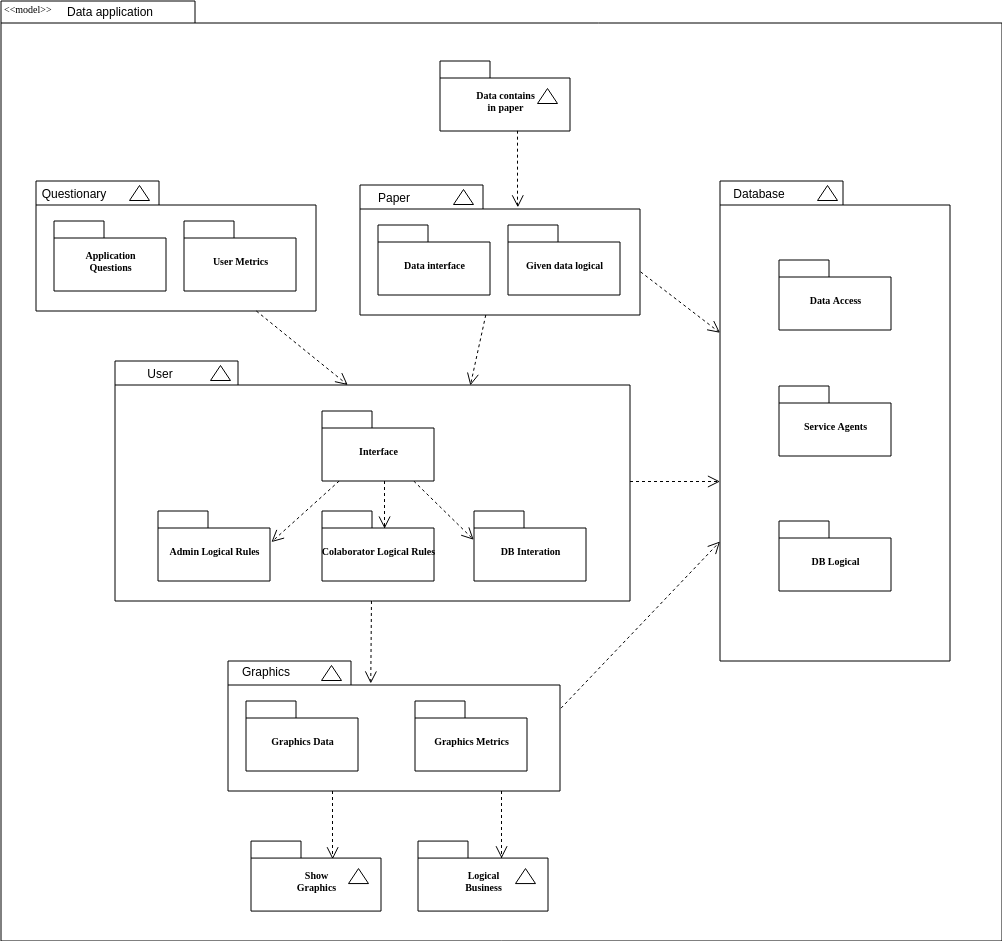
Earlier version of the draw.io export mkdocs/docs/traditionalModeling/staticDiagrams/images/package_diagram.png (UnBArqDsw/2020.1_G2_ProjetoX). Source tidied: cells renumbered, new cells last; positions are measured from the earlier drawing's top-left corner, leaving out a move shared by most shapes.
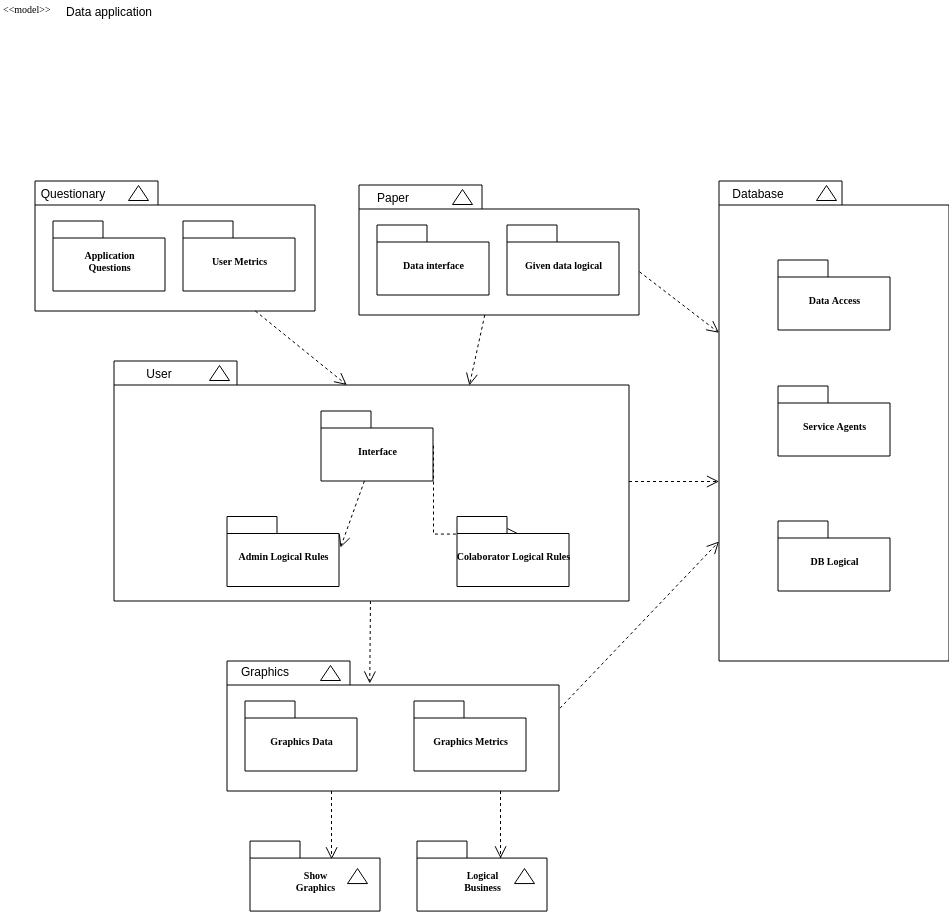
After the commit.

Commit message:
:repear: Add version diagram

Change to the diagram source:
```diff
@@ -2,18 +2,6 @@
   <root>
     <mxCell id="0" />
     <mxCell id="1" parent="0" />
-    <mxCell id="2" style="shape=folder;fontStyle=1;spacingTop=10;tabWidth=194;tabHeight=22;tabPosition=left;html=1;rounded=0;shadow=0;comic=0;labelBackgroundColor=none;strokeWidth=1;fillColor=none;fontFamily=Verdana;fontSize=10;align=center;" parent="1" vertex="1">
-      <mxGeometry x="0.5" y="0.5" width="1001" height="940" as="geometry" />
-    </mxCell>
-    <mxCell id="3" style="group;" parent="1" vertex="1">
-      <mxGeometry x="439.5" y="60.5" width="130" height="70" as="geometry" />
-    </mxCell>
-    <mxCell id="4" value="Data contains&lt;br&gt;in paper" style="shape=folder;fontStyle=1;spacingTop=10;tabWidth=50;tabHeight=17;tabPosition=left;html=1;rounded=0;shadow=0;comic=0;labelBackgroundColor=none;strokeWidth=1;fontFamily=Verdana;fontSize=10;align=center;" parent="3" vertex="1">
-      <mxGeometry width="130" height="70" as="geometry" />
-    </mxCell>
-    <mxCell id="5" style="triangle;whiteSpace=wrap;html=1;rounded=0;shadow=0;comic=0;labelBackgroundColor=none;strokeWidth=1;fontFamily=Verdana;fontSize=10;align=center;rotation=-90;" parent="3" vertex="1">
-      <mxGeometry x="100" y="25" width="15" height="20" as="geometry" />
-    </mxCell>
     <mxCell id="6" style="group;" parent="1" vertex="1">
       <mxGeometry x="35.5" y="180.5" width="280" height="130" as="geometry" />
     </mxCell>
@@ -84,11 +72,12 @@
       <mxGeometry x="114.5" y="360.5" width="515" height="240" as="geometry" />
     </mxCell>
     <mxCell id="29" style="edgeStyle=elbowEdgeStyle;rounded=0;html=1;entryX=0.559;entryY=0.251;entryPerimeter=0;dashed=1;labelBackgroundColor=none;startFill=0;endArrow=open;endFill=0;endSize=10;fontFamily=Verdana;fontSize=10;" parent="1" edge="1" source="32" target="34">
-      <mxGeometry relative="1" as="geometry" />
+      <mxGeometry relative="1" as="geometry">
+        <Array as="points">
+          <mxPoint x="434" y="506" />
+        </Array>
+      </mxGeometry>
     </mxCell>
-    <mxCell id="30" style="edgeStyle=none;rounded=0;html=1;dashed=1;labelBackgroundColor=none;startFill=0;endArrow=open;endFill=0;endSize=10;fontFamily=Verdana;fontSize=10;entryX=-0.003;entryY=0.411;entryPerimeter=0;" parent="1" edge="1" source="32" target="35">
-      <mxGeometry relative="1" as="geometry" />
-    </mxCell>
     <mxCell id="31" style="edgeStyle=none;rounded=0;html=1;dashed=1;labelBackgroundColor=none;startFill=0;endArrow=open;endFill=0;endSize=10;fontFamily=Verdana;fontSize=10;entryX=1.013;entryY=0.444;entryPerimeter=0;" parent="1" edge="1" source="32" target="33">
       <mxGeometry relative="1" as="geometry" />
     </mxCell>
@@ -96,14 +85,11 @@
       <mxGeometry x="321.5" y="410.5" width="112" height="70" as="geometry" />
     </mxCell>
     <mxCell id="33" value="Admin Logical Rules" style="shape=folder;fontStyle=1;spacingTop=10;tabWidth=50;tabHeight=17;tabPosition=left;html=1;rounded=0;shadow=0;comic=0;labelBackgroundColor=none;strokeColor=#000000;strokeWidth=1;fillColor=#ffffff;fontFamily=Verdana;fontSize=10;fontColor=#000000;align=center;" parent="1" vertex="1">
-      <mxGeometry x="157.5" y="510.5" width="112" height="70" as="geometry" />
+      <mxGeometry x="227.5" y="516" width="112" height="70" as="geometry" />
     </mxCell>
     <mxCell id="34" value="Colaborator Logical Rules" style="shape=folder;fontStyle=1;spacingTop=10;tabWidth=50;tabHeight=17;tabPosition=left;html=1;rounded=0;shadow=0;comic=0;labelBackgroundColor=none;strokeColor=#000000;strokeWidth=1;fillColor=#ffffff;fontFamily=Verdana;fontSize=10;fontColor=#000000;align=center;" parent="1" vertex="1">
-      <mxGeometry x="321.5" y="510.5" width="112" height="70" as="geometry" />
+      <mxGeometry x="457.5" y="516" width="112" height="70" as="geometry" />
     </mxCell>
-    <mxCell id="35" value="DB Interation" style="shape=folder;fontStyle=1;spacingTop=10;tabWidth=50;tabHeight=17;tabPosition=left;html=1;rounded=0;shadow=0;comic=0;labelBackgroundColor=none;strokeColor=#000000;strokeWidth=1;fillColor=#ffffff;fontFamily=Verdana;fontSize=10;fontColor=#000000;align=center;" parent="1" vertex="1">
-      <mxGeometry x="473.5" y="510.5" width="112" height="70" as="geometry" />
-    </mxCell>
     <mxCell id="36" style="edgeStyle=elbowEdgeStyle;rounded=0;html=1;entryX=0.628;entryY=0.26;entryPerimeter=0;dashed=1;labelBackgroundColor=none;startFill=0;endArrow=open;endFill=0;endSize=10;fontFamily=Verdana;fontSize=10;" parent="1" edge="1" source="39" target="45">
       <mxGeometry relative="1" as="geometry" />
     </mxCell>
@@ -146,12 +132,6 @@
     <mxCell id="49" style="triangle;whiteSpace=wrap;html=1;rounded=0;shadow=0;comic=0;labelBackgroundColor=none;strokeWidth=1;fontFamily=Verdana;fontSize=10;align=center;rotation=-90;" parent="47" vertex="1">
       <mxGeometry x="100" y="25" width="15" height="20" as="geometry" />
     </mxCell>
-    <mxCell id="50" style="rounded=0;html=1;dashed=1;labelBackgroundColor=none;startFill=0;endArrow=open;endFill=0;endSize=10;fontFamily=Verdana;fontSize=10;entryX=0.592;entryY=0.2;entryPerimeter=0;edgeStyle=elbowEdgeStyle;" parent="1" edge="1">
-      <mxGeometry relative="1" as="geometry">
-        <mxPoint x="517.3" y="130.5" as="sourcePoint" />
-        <mxPoint x="517.3" y="206.8" as="targetPoint" />
-      </mxGeometry>
-    </mxCell>
     <mxCell id="51" style="rounded=0;html=1;entryX=0.452;entryY=0.1;entryPerimeter=0;dashed=1;labelBackgroundColor=none;startFill=0;endArrow=open;endFill=0;endSize=10;fontFamily=Verdana;fontSize=10;" parent="1" edge="1" source="7" target="28">
       <mxGeometry relative="1" as="geometry" />
     </mxCell>
```
